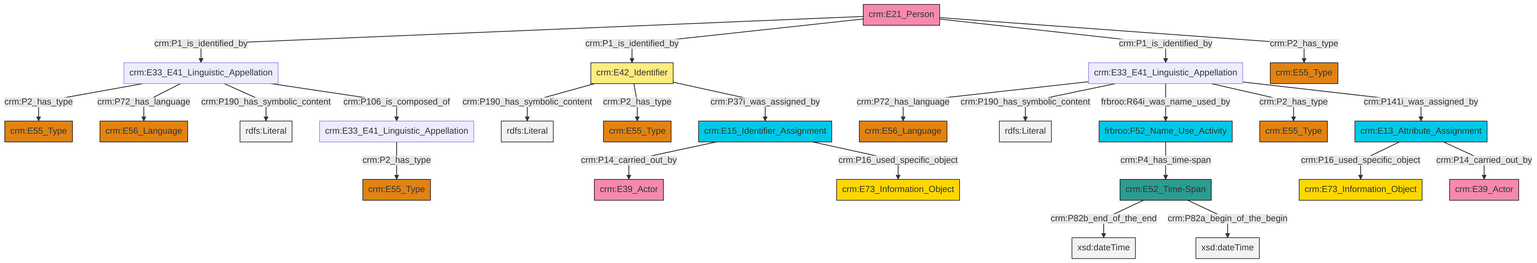
Above: et/personCSV/ttl/mmd/png/Person_Names_and_Classification.png in swiss-art-research-net/docs.swissartresearch (Mermaid), before the change. Its source is kept beside it as et/personCSV/ttl/mmd/Person_Names_and_Classification.ttl.mmd.
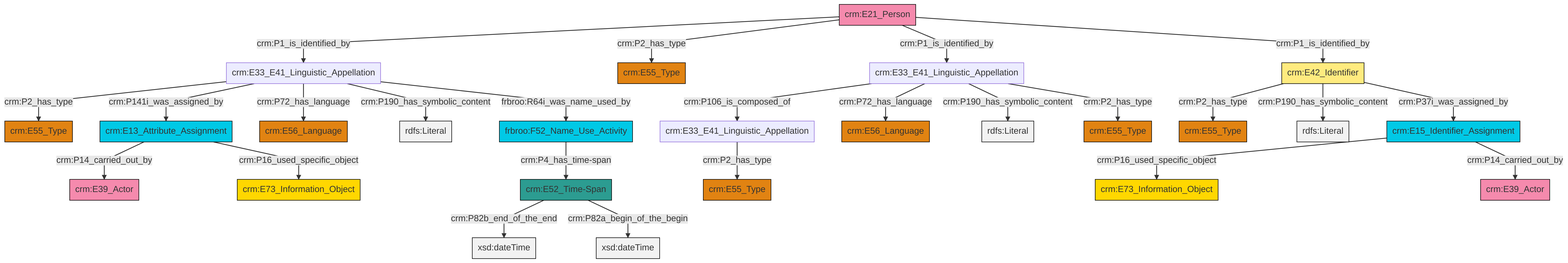
Later version of the same file.

Diff of the diagram source:
```diff
@@ -13,27 +13,27 @@
 classDef PC_Classes fill:#4ce600, stroke:#000000;
 classDef Multi fill:#cccccc,stroke:#000000;
 
-4["frbroo:F52_Name_Use_Activity"]:::Temporal_Entity -->|crm:P4_has_time-span| 5["crm:E52_Time-Span"]:::Time-Span
-6["crm:E13_Attribute_Assignment"]:::Temporal_Entity -->|crm:P16_used_specific_object| 7["crm:E73_Information_Object"]:::Conceptual_Object
-6["crm:E13_Attribute_Assignment"]:::Temporal_Entity -->|crm:P14_carried_out_by| 12["crm:E39_Actor"]:::Actor
-13["crm:E21_Person"]:::Actor -->|crm:P1_is_identified_by| 14["crm:E33_E41_Linguistic_Appellation"]:::Default
-13["crm:E21_Person"]:::Actor -->|crm:P1_is_identified_by| 10["crm:E42_Identifier"]:::Appellation
-21["crm:E15_Identifier_Assignment"]:::Temporal_Entity -->|crm:P14_carried_out_by| 22["crm:E39_Actor"]:::Actor
-14["crm:E33_E41_Linguistic_Appellation"]:::Default -->|crm:P2_has_type| 17["crm:E55_Type"]:::Type
-13["crm:E21_Person"]:::Actor -->|crm:P1_is_identified_by| 0["crm:E33_E41_Linguistic_Appellation"]:::Default
-21["crm:E15_Identifier_Assignment"]:::Temporal_Entity -->|crm:P16_used_specific_object| 2["crm:E73_Information_Object"]:::Conceptual_Object
-0["crm:E33_E41_Linguistic_Appellation"]:::Default -->|crm:P72_has_language| 27["crm:E56_Language"]:::Type
-0["crm:E33_E41_Linguistic_Appellation"]:::Default -->|crm:P190_has_symbolic_content| 31[rdfs:Literal]:::Literal
-10["crm:E42_Identifier"]:::Appellation -->|crm:P190_has_symbolic_content| 32[rdfs:Literal]:::Literal
-10["crm:E42_Identifier"]:::Appellation -->|crm:P2_has_type| 33["crm:E55_Type"]:::Type
-5["crm:E52_Time-Span"]:::Time-Span -->|crm:P82b_end_of_the_end| 37[xsd:dateTime]:::Literal
-10["crm:E42_Identifier"]:::Appellation -->|crm:P37i_was_assigned_by| 21["crm:E15_Identifier_Assignment"]:::Temporal_Entity
-14["crm:E33_E41_Linguistic_Appellation"]:::Default -->|crm:P72_has_language| 28["crm:E56_Language"]:::Type
-23["crm:E33_E41_Linguistic_Appellation"]:::Default -->|crm:P2_has_type| 38["crm:E55_Type"]:::Type
-14["crm:E33_E41_Linguistic_Appellation"]:::Default -->|crm:P190_has_symbolic_content| 41[rdfs:Literal]:::Literal
-13["crm:E21_Person"]:::Actor -->|crm:P2_has_type| 19["crm:E55_Type"]:::Type
-0["crm:E33_E41_Linguistic_Appellation"]:::Default -->|frbroo:R64i_was_name_used_by| 4["frbroo:F52_Name_Use_Activity"]:::Temporal_Entity
-0["crm:E33_E41_Linguistic_Appellation"]:::Default -->|crm:P2_has_type| 8["crm:E55_Type"]:::Type
-14["crm:E33_E41_Linguistic_Appellation"]:::Default -->|crm:P106_is_composed_of| 23["crm:E33_E41_Linguistic_Appellation"]:::Default
-0["crm:E33_E41_Linguistic_Appellation"]:::Default -->|crm:P141i_was_assigned_by| 6["crm:E13_Attribute_Assignment"]:::Temporal_Entity
-5["crm:E52_Time-Span"]:::Time-Span -->|crm:P82a_begin_of_the_begin| 44[xsd:dateTime]:::Literal
+0["crm:E33_E41_Linguistic_Appellation"]:::Default -->|crm:P106_is_composed_of| 1["crm:E33_E41_Linguistic_Appellation"]:::Default
+2["crm:E42_Identifier"]:::Appellation -->|crm:P2_has_type| 3["crm:E55_Type"]:::Type
+0["crm:E33_E41_Linguistic_Appellation"]:::Default -->|crm:P72_has_language| 9["crm:E56_Language"]:::Type
+15["frbroo:F52_Name_Use_Activity"]:::Temporal_Entity -->|crm:P4_has_time-span| 16["crm:E52_Time-Span"]:::Time-Span
+16["crm:E52_Time-Span"]:::Time-Span -->|crm:P82b_end_of_the_end| 21[xsd:dateTime]:::Literal
+24["crm:E21_Person"]:::Actor -->|crm:P1_is_identified_by| 10["crm:E33_E41_Linguistic_Appellation"]:::Default
+10["crm:E33_E41_Linguistic_Appellation"]:::Default -->|crm:P2_has_type| 4["crm:E55_Type"]:::Type
+10["crm:E33_E41_Linguistic_Appellation"]:::Default -->|crm:P141i_was_assigned_by| 28["crm:E13_Attribute_Assignment"]:::Temporal_Entity
+2["crm:E42_Identifier"]:::Appellation -->|crm:P190_has_symbolic_content| 29[rdfs:Literal]:::Literal
+0["crm:E33_E41_Linguistic_Appellation"]:::Default -->|crm:P190_has_symbolic_content| 30[rdfs:Literal]:::Literal
+16["crm:E52_Time-Span"]:::Time-Span -->|crm:P82a_begin_of_the_begin| 35[xsd:dateTime]:::Literal
+24["crm:E21_Person"]:::Actor -->|crm:P2_has_type| 32["crm:E55_Type"]:::Type
+19["crm:E15_Identifier_Assignment"]:::Temporal_Entity -->|crm:P16_used_specific_object| 36["crm:E73_Information_Object"]:::Conceptual_Object
+10["crm:E33_E41_Linguistic_Appellation"]:::Default -->|crm:P72_has_language| 25["crm:E56_Language"]:::Type
+19["crm:E15_Identifier_Assignment"]:::Temporal_Entity -->|crm:P14_carried_out_by| 12["crm:E39_Actor"]:::Actor
+28["crm:E13_Attribute_Assignment"]:::Temporal_Entity -->|crm:P14_carried_out_by| 17["crm:E39_Actor"]:::Actor
+1["crm:E33_E41_Linguistic_Appellation"]:::Default -->|crm:P2_has_type| 6["crm:E55_Type"]:::Type
+10["crm:E33_E41_Linguistic_Appellation"]:::Default -->|crm:P190_has_symbolic_content| 41[rdfs:Literal]:::Literal
+10["crm:E33_E41_Linguistic_Appellation"]:::Default -->|frbroo:R64i_was_name_used_by| 15["frbroo:F52_Name_Use_Activity"]:::Temporal_Entity
+0["crm:E33_E41_Linguistic_Appellation"]:::Default -->|crm:P2_has_type| 37["crm:E55_Type"]:::Type
+24["crm:E21_Person"]:::Actor -->|crm:P1_is_identified_by| 0["crm:E33_E41_Linguistic_Appellation"]:::Default
+24["crm:E21_Person"]:::Actor -->|crm:P1_is_identified_by| 2["crm:E42_Identifier"]:::Appellation
+28["crm:E13_Attribute_Assignment"]:::Temporal_Entity -->|crm:P16_used_specific_object| 42["crm:E73_Information_Object"]:::Conceptual_Object
+2["crm:E42_Identifier"]:::Appellation -->|crm:P37i_was_assigned_by| 19["crm:E15_Identifier_Assignment"]:::Temporal_Entity
```
